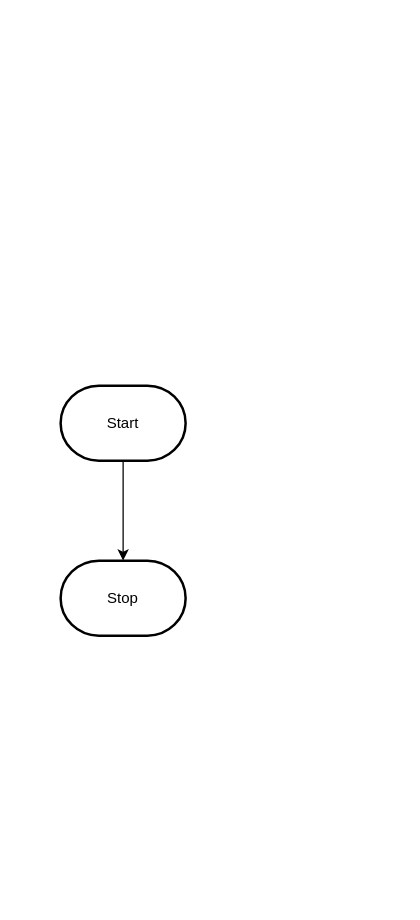
The draw.io diagram design/flowchart.drawio in MTHS-ICS2O-2-2022/ICS2O-Unit-5-02-charlotte-jhu, before the edit. Source tidied: cells renumbered, new cells numbered last; positions are measured from the earlier drawing's top-left corner, leaving out a move shared by most shapes. Both pictures are drawn from the tidied source at 125%, with x=0, y=0 at pixel (60, 385).
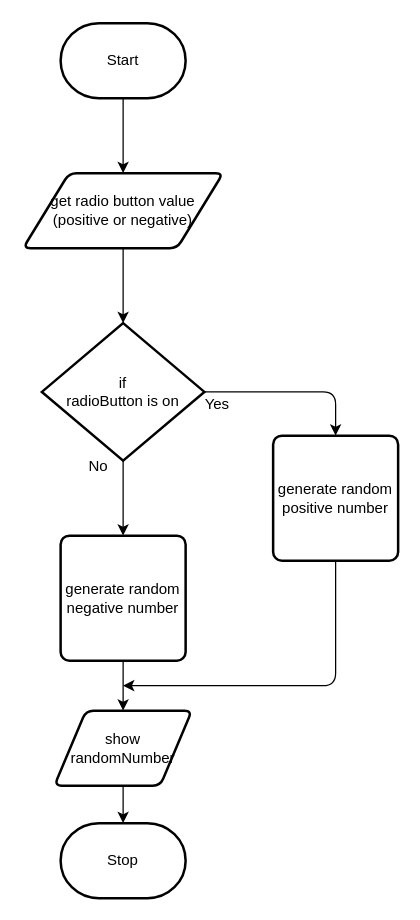
Above is the later version.

Change to the diagram source:
```diff
@@
 <mxGraphModel>
   <root>
     <mxCell id="0" />
     <mxCell id="1" parent="0" />
-    <mxCell id="2" style="edgeStyle=orthogonalEdgeStyle;html=1;rounded=0;" parent="1" edge="1" source="3" target="4">
-      <mxGeometry relative="1" as="geometry" />
-    </mxCell>
+    <mxCell id="5" style="edgeStyle=none;html=1;exitX=0.5;exitY=1;exitDx=0;exitDy=0;exitPerimeter=0;entryX=0.5;entryY=0;entryDx=0;entryDy=0;" parent="1" edge="1" source="3" target="2">
+      <mxGeometry relative="1" as="geometry" />
+    </mxCell>
     <mxCell id="3" value="Start" style="strokeWidth=2;html=1;shape=mxgraph.flowchart.terminator;whiteSpace=wrap;" parent="1" vertex="1">
-      <mxGeometry width="100" height="60" as="geometry" />
+      <mxGeometry y="-290" width="100" height="60" as="geometry" />
     </mxCell>
     <mxCell id="4" value="Stop" style="strokeWidth=2;html=1;shape=mxgraph.flowchart.terminator;whiteSpace=wrap;" parent="1" vertex="1">
-      <mxGeometry y="140" width="100" height="60" as="geometry" />
+      <mxGeometry y="350" width="100" height="60" as="geometry" />
     </mxCell>
+    <mxCell id="6" style="edgeStyle=none;html=1;exitX=0.5;exitY=1;exitDx=0;exitDy=0;entryX=0.5;entryY=0;entryDx=0;entryDy=0;entryPerimeter=0;" parent="1" edge="1" source="2" target="9">
+      <mxGeometry relative="1" as="geometry" />
+    </mxCell>
+    <mxCell id="2" value="get radio button value (positive or negative)" style="shape=parallelogram;html=1;strokeWidth=2;perimeter=parallelogramPerimeter;whiteSpace=wrap;rounded=1;arcSize=12;size=0.23;" parent="1" vertex="1">
+      <mxGeometry x="-30" y="-170" width="160" height="60" as="geometry" />
+    </mxCell>
+    <mxCell id="7" style="edgeStyle=none;html=1;exitX=0.5;exitY=1;exitDx=0;exitDy=0;exitPerimeter=0;entryX=0.5;entryY=0;entryDx=0;entryDy=0;" parent="1" edge="1" source="9" target="13">
+      <mxGeometry relative="1" as="geometry" />
+    </mxCell>
+    <mxCell id="8" style="edgeStyle=orthogonalEdgeStyle;html=1;exitX=1;exitY=0.5;exitDx=0;exitDy=0;exitPerimeter=0;entryX=0.5;entryY=0;entryDx=0;entryDy=0;" parent="1" edge="1" source="9" target="11">
+      <mxGeometry relative="1" as="geometry" />
+    </mxCell>
+    <mxCell id="9" value="if&lt;br&gt;radioButton is on" style="strokeWidth=2;html=1;shape=mxgraph.flowchart.decision;whiteSpace=wrap;" parent="1" vertex="1">
+      <mxGeometry x="-15" y="-50" width="130" height="110" as="geometry" />
+    </mxCell>
+    <mxCell id="10" style="edgeStyle=orthogonalEdgeStyle;html=1;exitX=0.5;exitY=1;exitDx=0;exitDy=0;" parent="1" edge="1" source="11">
+      <mxGeometry relative="1" as="geometry">
+        <mxPoint x="50" y="240" as="targetPoint" />
+        <Array as="points">
+          <mxPoint x="220" y="240" />
+        </Array>
+      </mxGeometry>
+    </mxCell>
+    <mxCell id="11" value="generate random positive number" style="rounded=1;whiteSpace=wrap;html=1;absoluteArcSize=1;arcSize=14;strokeWidth=2;" parent="1" vertex="1">
+      <mxGeometry x="170" y="40" width="100" height="100" as="geometry" />
+    </mxCell>
+    <mxCell id="12" style="edgeStyle=none;html=1;exitX=0.5;exitY=1;exitDx=0;exitDy=0;entryX=0.5;entryY=0;entryDx=0;entryDy=0;" parent="1" edge="1" source="13" target="15">
+      <mxGeometry relative="1" as="geometry" />
+    </mxCell>
+    <mxCell id="13" value="generate random negative number" style="rounded=1;whiteSpace=wrap;html=1;absoluteArcSize=1;arcSize=14;strokeWidth=2;" parent="1" vertex="1">
+      <mxGeometry y="120" width="100" height="100" as="geometry" />
+    </mxCell>
+    <mxCell id="14" style="edgeStyle=orthogonalEdgeStyle;html=1;exitX=0.5;exitY=1;exitDx=0;exitDy=0;entryX=0.5;entryY=0;entryDx=0;entryDy=0;entryPerimeter=0;" parent="1" edge="1" source="15" target="4">
+      <mxGeometry relative="1" as="geometry" />
+    </mxCell>
+    <mxCell id="15" value="show randomNumber" style="shape=parallelogram;html=1;strokeWidth=2;perimeter=parallelogramPerimeter;whiteSpace=wrap;rounded=1;arcSize=12;size=0.23;" parent="1" vertex="1">
+      <mxGeometry x="-5" y="260" width="110" height="60" as="geometry" />
+    </mxCell>
+    <mxCell id="16" value="Yes" style="text;html=1;align=center;verticalAlign=middle;strokeColor=none;fillColor=none;" parent="1" vertex="1">
+      <mxGeometry x="105" width="40" height="30" as="geometry" />
+    </mxCell>
+    <mxCell id="17" value="No" style="text;html=1;align=center;verticalAlign=middle;strokeColor=none;fillColor=none;" parent="1" vertex="1">
+      <mxGeometry x="10" y="50" width="40" height="30" as="geometry" />
+    </mxCell>
   </root>
 </mxGraphModel>
```
